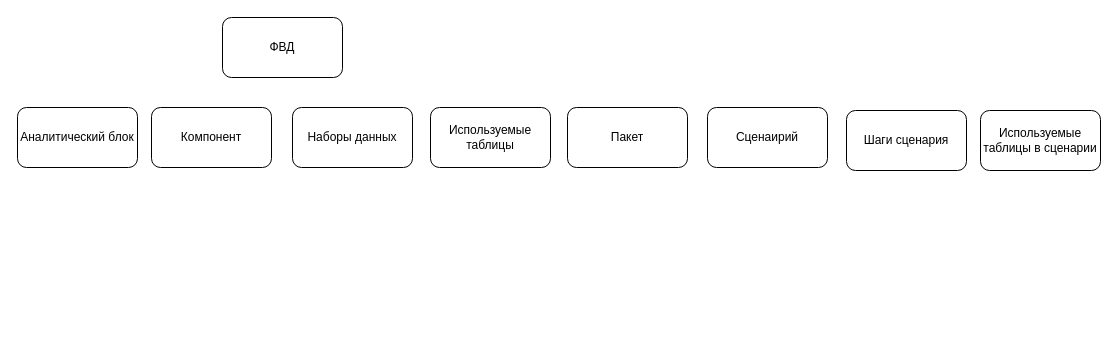
This is page "Алгоритм описания блоков" (3 of 4) of DEV_RSHN.drawio from alabama-user-67/draw_io, a draw.io file, before an edit. Source tidied: cells renumbered, new cells numbered last; positions are measured from the earlier drawing's top-left corner, leaving out a move shared by most shapes. Both pictures are drawn from the tidied source at 100%, with x=0, y=0 at pixel (17, 17).
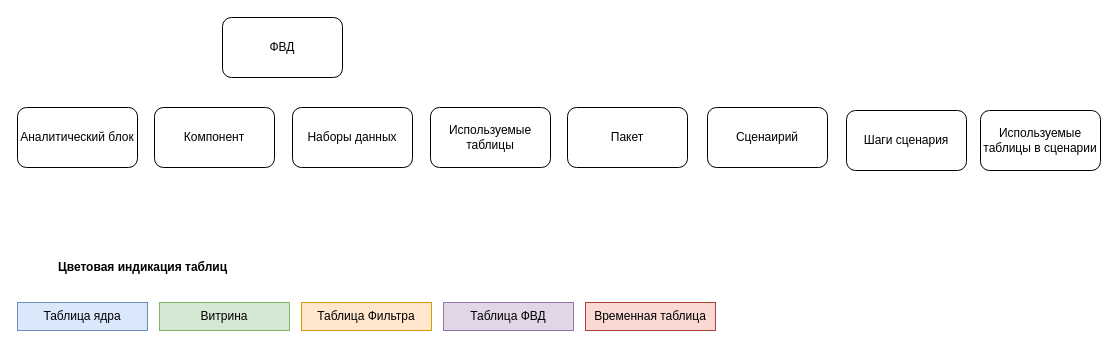
After the change.

Commit message:
Блок атлас 1

The edit, as a diff of the source:
```diff
@@
 <mxGraphModel>
   <root>
     <mxCell id="0" />
     <mxCell id="1" parent="0" />
     <mxCell id="2" value="Аналитический блок" style="rounded=1;whiteSpace=wrap;html=1;" parent="1" vertex="1">
       <mxGeometry y="90" width="120" height="60" as="geometry" />
     </mxCell>
     <mxCell id="3" value="Компонент" style="rounded=1;whiteSpace=wrap;html=1;" parent="1" vertex="1">
-      <mxGeometry x="134" y="90" width="120" height="60" as="geometry" />
+      <mxGeometry x="137" y="90" width="120" height="60" as="geometry" />
     </mxCell>
     <mxCell id="4" value="ФВД" style="rounded=1;whiteSpace=wrap;html=1;" parent="1" vertex="1">
       <mxGeometry x="205" width="120" height="60" as="geometry" />
     </mxCell>
     <mxCell id="5" value="Наборы данных" style="rounded=1;whiteSpace=wrap;html=1;" parent="1" vertex="1">
       <mxGeometry x="275" y="90" width="120" height="60" as="geometry" />
     </mxCell>
     <mxCell id="6" value="Используемые таблицы" style="rounded=1;whiteSpace=wrap;html=1;" parent="1" vertex="1">
       <mxGeometry x="413" y="90" width="120" height="60" as="geometry" />
     </mxCell>
     <mxCell id="7" value="Пакет" style="rounded=1;whiteSpace=wrap;html=1;" parent="1" vertex="1">
       <mxGeometry x="550" y="90" width="120" height="60" as="geometry" />
     </mxCell>
     <mxCell id="8" value="Сценаирий" style="rounded=1;whiteSpace=wrap;html=1;" parent="1" vertex="1">
       <mxGeometry x="690" y="90" width="120" height="60" as="geometry" />
     </mxCell>
     <mxCell id="9" value="Шаги сценария" style="rounded=1;whiteSpace=wrap;html=1;" parent="1" vertex="1">
       <mxGeometry x="829" y="93" width="120" height="60" as="geometry" />
     </mxCell>
     <mxCell id="10" value="Используемые таблицы в сценарии" style="rounded=1;whiteSpace=wrap;html=1;" parent="1" vertex="1">
       <mxGeometry x="963" y="93" width="120" height="60" as="geometry" />
     </mxCell>
+    <mxCell id="11" value="Таблица ядра" style="rounded=0;whiteSpace=wrap;html=1;labelBackgroundColor=none;fillColor=#dae8fc;strokeColor=#6c8ebf;" parent="1" vertex="1">
+      <mxGeometry y="285" width="130" height="28" as="geometry" />
+    </mxCell>
+    <mxCell id="12" value="Витрина" style="rounded=0;whiteSpace=wrap;html=1;fillColor=#d5e8d4;strokeColor=#82b366;" parent="1" vertex="1">
+      <mxGeometry x="142" y="285" width="130" height="28" as="geometry" />
+    </mxCell>
+    <mxCell id="13" value="Таблица Фильтра" style="rounded=0;whiteSpace=wrap;html=1;fillColor=#ffe6cc;strokeColor=#d79b00;" parent="1" vertex="1">
+      <mxGeometry x="284" y="285" width="130" height="28" as="geometry" />
+    </mxCell>
+    <mxCell id="14" value="Цветовая индикация таблиц" style="text;html=1;align=center;verticalAlign=middle;whiteSpace=wrap;rounded=0;fontStyle=1;" parent="1" vertex="1">
+      <mxGeometry y="235" width="251" height="30" as="geometry" />
+    </mxCell>
+    <mxCell id="15" value="Таблица ФВД" style="rounded=0;whiteSpace=wrap;html=1;fillColor=#e1d5e7;strokeColor=#9673a6;" parent="1" vertex="1">
+      <mxGeometry x="426" y="285" width="130" height="28" as="geometry" />
+    </mxCell>
+    <mxCell id="16" value="Временная таблица" style="rounded=0;whiteSpace=wrap;html=1;fillColor=#fad9d5;strokeColor=#ae4132;" parent="1" vertex="1">
+      <mxGeometry x="568" y="285" width="130" height="28" as="geometry" />
+    </mxCell>
   </root>
 </mxGraphModel>
```
